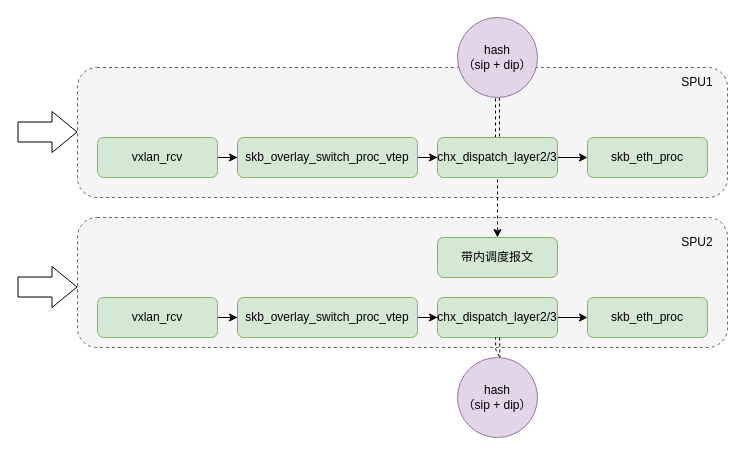
Above: page "vxlan" (6 of 6) of 机框分布式报文调度.drawio in lwchao/drawPNG (draw.io), before the change. Source tidied: cells renumbered, new cells numbered last; positions are measured from the earlier drawing's top-left corner, leaving out a move shared by most shapes. Both pictures are drawn from the tidied source at 100%, with x=0, y=0 at pixel (17, 17).
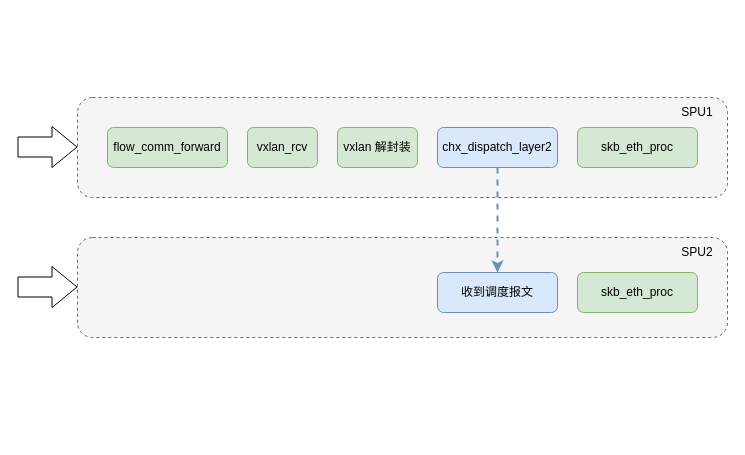
After the change.

Diff of the diagram source:
```diff
@@
     <mxCell id="2" style="rounded=1;whiteSpace=wrap;html=1;dashed=1;fillColor=#f5f5f5;fontColor=#333333;strokeColor=#666666;" parent="1" vertex="1">
-      <mxGeometry x="60" y="200" width="650" height="130" as="geometry" />
+      <mxGeometry x="60" y="220" width="650" height="100" as="geometry" />
     </mxCell>
     <mxCell id="3" style="rounded=1;whiteSpace=wrap;html=1;dashed=1;fillColor=#f5f5f5;fontColor=#333333;strokeColor=#666666;" parent="1" vertex="1">
-      <mxGeometry x="60" y="50" width="650" height="130" as="geometry" />
+      <mxGeometry x="60" y="80" width="650" height="100" as="geometry" />
     </mxCell>
-    <mxCell id="4" style="edgeStyle=orthogonalEdgeStyle;rounded=0;jettySize=auto;html=1;" parent="1" edge="1" source="5" target="8">
-      <mxGeometry relative="1" as="geometry" />
-    </mxCell>
     <mxCell id="5" value="vxlan_rcv" style="rounded=1;whiteSpace=wrap;html=1;fillColor=#d5e8d4;strokeColor=#82b366;" parent="1" vertex="1">
-      <mxGeometry x="80" y="120" width="120" height="40" as="geometry" />
+      <mxGeometry x="230" y="110" width="70" height="40" as="geometry" />
     </mxCell>
-    <mxCell id="6" style="edgeStyle=orthogonalEdgeStyle;rounded=0;jettySize=auto;html=1;dashed=1;" parent="1" edge="1" source="8" target="9">
-      <mxGeometry relative="1" as="geometry" />
-    </mxCell>
-    <mxCell id="7" style="edgeStyle=orthogonalEdgeStyle;rounded=0;jettySize=auto;html=1;" parent="1" edge="1" source="8" target="25">
-      <mxGeometry relative="1" as="geometry" />
-    </mxCell>
-    <mxCell id="8" value="skb_overlay_switch_proc_vtep" style="rounded=1;whiteSpace=wrap;html=1;fillColor=#d5e8d4;strokeColor=#82b366;" parent="1" vertex="1">
-      <mxGeometry x="220" y="120" width="180" height="40" as="geometry" />
+    <mxCell id="8" value="flow_comm_forward" style="rounded=1;whiteSpace=wrap;html=1;fillColor=#d5e8d4;strokeColor=#82b366;" parent="1" vertex="1">
+      <mxGeometry x="90" y="110" width="120" height="40" as="geometry" />
     </mxCell>
-    <mxCell id="9" value="带内调度报文" style="rounded=1;whiteSpace=wrap;html=1;fillColor=#d5e8d4;strokeColor=#82b366;" parent="1" vertex="1">
-      <mxGeometry x="420" y="220" width="120" height="40" as="geometry" />
+    <mxCell id="9" value="收到调度报文" style="rounded=1;whiteSpace=wrap;html=1;fillColor=#dae8fc;strokeColor=#6c8ebf;" parent="1" vertex="1">
+      <mxGeometry x="420" y="255" width="120" height="40" as="geometry" />
     </mxCell>
-    <mxCell id="10" style="edgeStyle=orthogonalEdgeStyle;rounded=0;jettySize=auto;html=1;" parent="1" edge="1" source="11" target="26">
-      <mxGeometry relative="1" as="geometry" />
-    </mxCell>
-    <mxCell id="11" value="chx_dispatch_layer2/3" style="rounded=1;whiteSpace=wrap;html=1;fillColor=#d5e8d4;strokeColor=#82b366;" parent="1" vertex="1">
-      <mxGeometry x="420" y="280" width="120" height="40" as="geometry" />
-    </mxCell>
-    <mxCell id="12" style="edgeStyle=orthogonalEdgeStyle;rounded=0;jettySize=auto;html=1;" parent="1" edge="1" source="13" target="16">
-      <mxGeometry relative="1" as="geometry" />
-    </mxCell>
-    <mxCell id="13" value="vxlan_rcv" style="rounded=1;whiteSpace=wrap;html=1;fillColor=#d5e8d4;strokeColor=#82b366;" parent="1" vertex="1">
-      <mxGeometry x="80" y="280" width="120" height="40" as="geometry" />
-    </mxCell>
-    <mxCell id="14" style="edgeStyle=orthogonalEdgeStyle;rounded=0;jettySize=auto;html=1;" parent="1" edge="1" source="16" target="11">
-      <mxGeometry relative="1" as="geometry" />
-    </mxCell>
-    <mxCell id="15" style="edgeStyle=orthogonalEdgeStyle;rounded=0;jettySize=auto;html=1;dashed=1;shape=link;" parent="1" edge="1" target="21">
-      <mxGeometry relative="1" as="geometry">
-        <mxPoint x="480" y="320" as="sourcePoint" />
-      </mxGeometry>
-    </mxCell>
-    <mxCell id="16" value="skb_overlay_switch_proc_vtep" style="rounded=1;whiteSpace=wrap;html=1;fillColor=#d5e8d4;strokeColor=#82b366;" parent="1" vertex="1">
-      <mxGeometry x="220" y="280" width="180" height="40" as="geometry" />
-    </mxCell>
     <mxCell id="17" style="shape=flexArrow;endArrow=classic;html=1;rounded=0;width=20;endSize=8;" parent="1" edge="1">
       <mxGeometry relative="1" as="geometry">
-        <mxPoint y="114.5" as="sourcePoint" />
-        <mxPoint x="60" y="114.5" as="targetPoint" />
+        <mxPoint y="129.5" as="sourcePoint" />
+        <mxPoint x="60" y="129.5" as="targetPoint" />
       </mxGeometry>
     </mxCell>
@@
     <mxCell id="19" value="SPU2" style="text;html=1;strokeColor=none;fillColor=none;align=center;verticalAlign=middle;whiteSpace=wrap;rounded=0;" parent="1" vertex="1">
-      <mxGeometry x="650" y="210" width="60" height="30" as="geometry" />
+      <mxGeometry x="650" y="220" width="60" height="30" as="geometry" />
     </mxCell>
     <mxCell id="20" value="SPU1" style="text;html=1;strokeColor=none;fillColor=none;align=center;verticalAlign=middle;whiteSpace=wrap;rounded=0;" parent="1" vertex="1">
-      <mxGeometry x="650" y="50" width="60" height="30" as="geometry" />
+      <mxGeometry x="650" y="80" width="60" height="30" as="geometry" />
     </mxCell>
-    <mxCell id="21" value="hash&lt;br&gt;（sip + dip）" style="ellipse;whiteSpace=wrap;html=1;fillColor=#e1d5e7;strokeColor=#9673a6;rounded=1;" parent="1" vertex="1">
-      <mxGeometry x="440" y="340" width="80" height="80" as="geometry" />
-    </mxCell>
-    <mxCell id="22" style="edgeStyle=orthogonalEdgeStyle;rounded=0;jettySize=auto;html=1;dashed=1;shape=link;entryX=0.5;entryY=0;entryDx=0;entryDy=0;" parent="1" edge="1" source="23" target="25">
-      <mxGeometry relative="1" as="geometry" />
-    </mxCell>
-    <mxCell id="23" value="hash&lt;br&gt;（sip + dip）" style="ellipse;whiteSpace=wrap;html=1;fillColor=#e1d5e7;strokeColor=#9673a6;rounded=1;" parent="1" vertex="1">
-      <mxGeometry x="440" width="80" height="80" as="geometry" />
-    </mxCell>
-    <mxCell id="24" style="edgeStyle=orthogonalEdgeStyle;rounded=0;jettySize=auto;html=1;" parent="1" edge="1" source="25" target="27">
-      <mxGeometry relative="1" as="geometry" />
-    </mxCell>
-    <mxCell id="25" value="chx_dispatch_layer2/3" style="rounded=1;whiteSpace=wrap;html=1;fillColor=#d5e8d4;strokeColor=#82b366;" parent="1" vertex="1">
-      <mxGeometry x="420" y="120" width="120" height="40" as="geometry" />
+    <mxCell id="25" value="vxlan 解封装" style="rounded=1;whiteSpace=wrap;html=1;fillColor=#d5e8d4;strokeColor=#82b366;" parent="1" vertex="1">
+      <mxGeometry x="320" y="110" width="80" height="40" as="geometry" />
     </mxCell>
-    <mxCell id="26" value="skb_eth_proc" style="rounded=1;whiteSpace=wrap;html=1;fillColor=#d5e8d4;strokeColor=#82b366;" parent="1" vertex="1">
-      <mxGeometry x="570" y="280" width="120" height="40" as="geometry" />
-    </mxCell>
+    <mxCell id="28" style="edgeStyle=orthogonalEdgeStyle;rounded=0;jettySize=auto;html=1;dashed=1;strokeWidth=2;fillColor=#dae8fc;strokeColor=#6c8ebf;" parent="1" edge="1" source="27" target="9">
+      <mxGeometry relative="1" as="geometry" />
+    </mxCell>
-    <mxCell id="27" value="skb_eth_proc" style="rounded=1;whiteSpace=wrap;html=1;fillColor=#d5e8d4;strokeColor=#82b366;" parent="1" vertex="1">
-      <mxGeometry x="570" y="120" width="120" height="40" as="geometry" />
+    <mxCell id="27" value="chx_dispatch_layer2" style="rounded=1;whiteSpace=wrap;html=1;fillColor=#dae8fc;strokeColor=#6c8ebf;" parent="1" vertex="1">
+      <mxGeometry x="420" y="110" width="120" height="40" as="geometry" />
     </mxCell>
+    <mxCell id="29" value="skb_eth_proc" style="rounded=1;whiteSpace=wrap;html=1;fillColor=#d5e8d4;strokeColor=#82b366;" parent="1" vertex="1">
+      <mxGeometry x="560" y="110" width="120" height="40" as="geometry" />
+    </mxCell>
+    <mxCell id="30" value="skb_eth_proc" style="rounded=1;whiteSpace=wrap;html=1;fillColor=#d5e8d4;strokeColor=#82b366;" parent="1" vertex="1">
+      <mxGeometry x="560" y="255" width="120" height="40" as="geometry" />
+    </mxCell>
```
